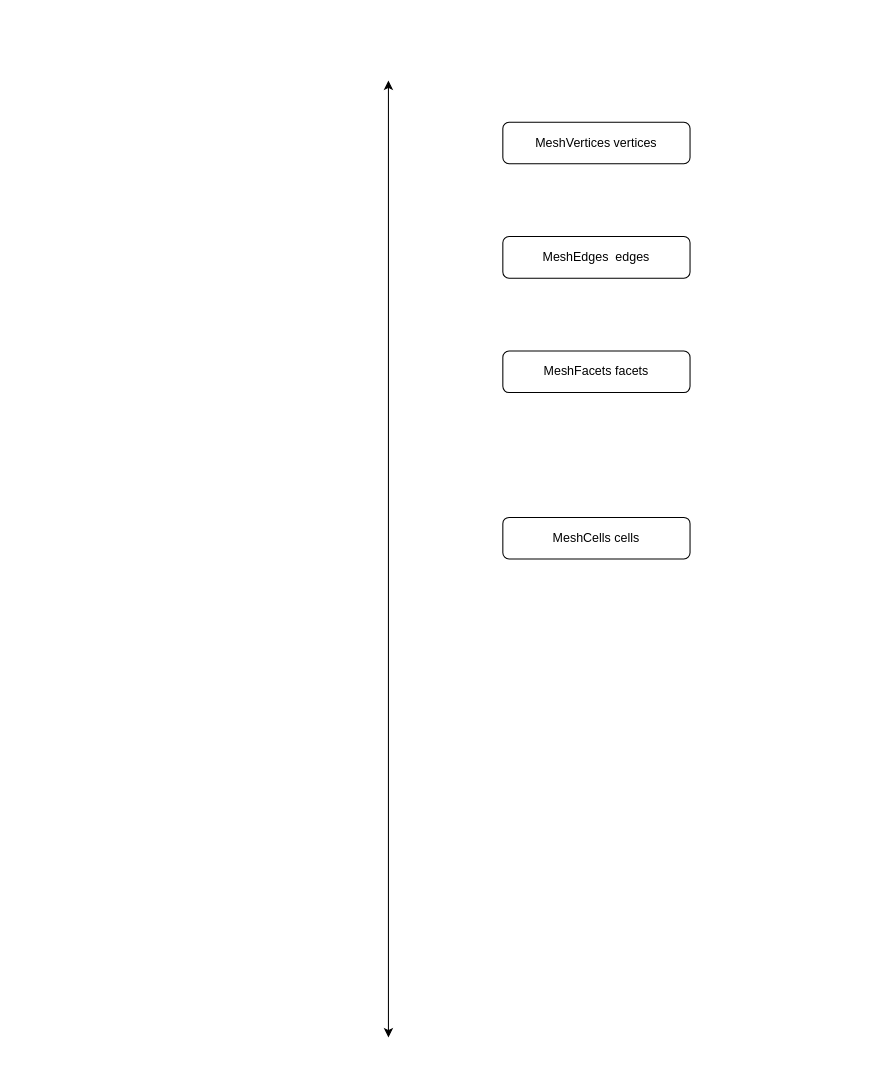
Earlier version of the draw.io diagram gram/mesh.drawio (cedarz/geogram). Source tidied: cells renumbered, new cells numbered last; positions are measured from the earlier drawing's top-left corner, leaving out a move shared by most shapes. Both pictures are drawn from the tidied source at 104%, with x=0, y=0 at pixel (388, 80).
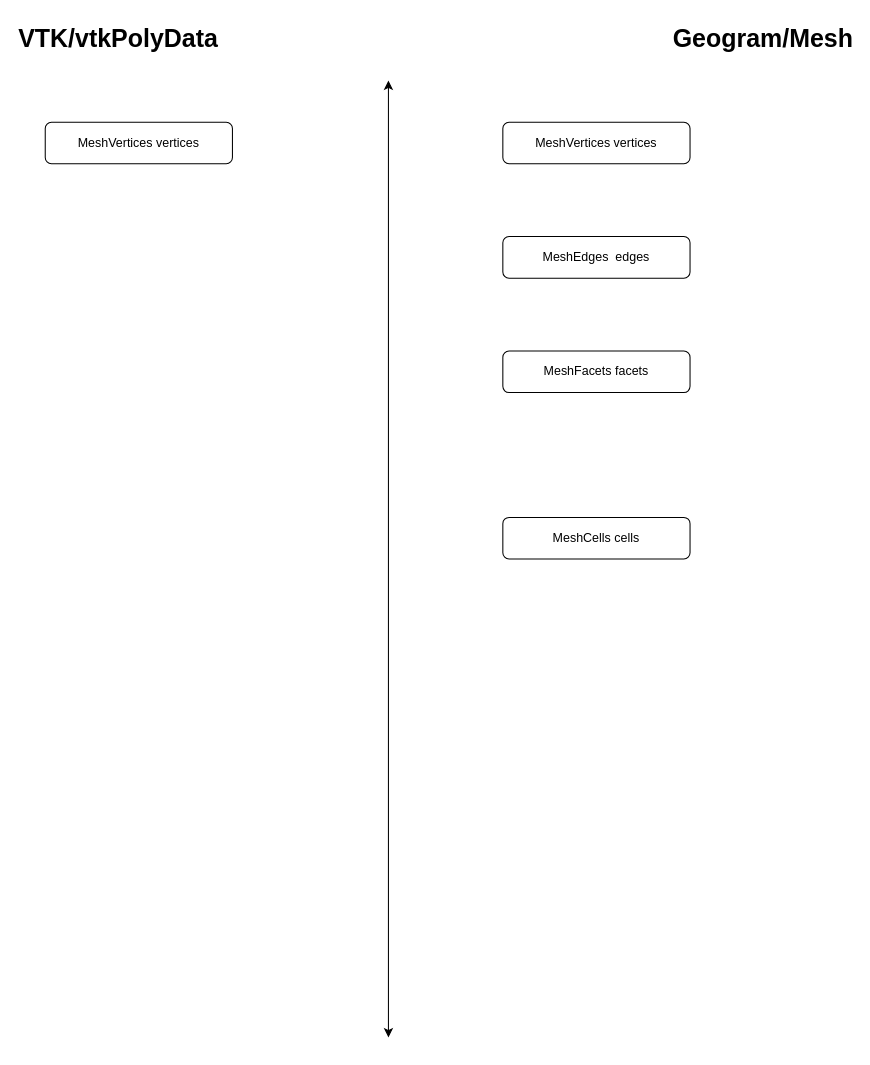
Above is the later version.

Change to the diagram source:
```diff
@@
 <mxGraphModel>
   <root>
     <mxCell id="0" />
     <mxCell id="1" parent="0" />
     <mxCell id="2" style="endArrow=classic;startArrow=classic;html=1;rounded=0;" parent="1" edge="1">
       <mxGeometry relative="1" as="geometry">
         <mxPoint y="920" as="sourcePoint" />
         <mxPoint as="targetPoint" />
       </mxGeometry>
     </mxCell>
     <mxCell id="3" value="MeshVertices&amp;nbsp;vertices" style="rounded=1;whiteSpace=wrap;html=1;fillColor=none;" parent="1" vertex="1">
       <mxGeometry x="110" y="40" width="180" height="40" as="geometry" />
     </mxCell>
     <mxCell id="4" style="edgeStyle=orthogonalEdgeStyle;rounded=0;orthogonalLoop=1;jettySize=auto;html=1;exitX=1;exitY=1;exitDx=0;exitDy=0;entryX=1;entryY=0.75;entryDx=0;entryDy=0;opacity=0;" parent="1" edge="1" source="3" target="3">
       <mxGeometry relative="1" as="geometry" />
     </mxCell>
     <mxCell id="5" value="MeshEdges&amp;nbsp; edges" style="rounded=1;whiteSpace=wrap;html=1;fillColor=none;" parent="1" vertex="1">
       <mxGeometry x="110" y="150" width="180" height="40" as="geometry" />
     </mxCell>
     <mxCell id="6" value="MeshFacets facets" style="rounded=1;whiteSpace=wrap;html=1;fillColor=none;" parent="1" vertex="1">
       <mxGeometry x="110" y="260" width="180" height="40" as="geometry" />
     </mxCell>
     <mxCell id="7" value="MeshCells cells" style="rounded=1;whiteSpace=wrap;html=1;fillColor=none;" parent="1" vertex="1">
       <mxGeometry x="110" y="420" width="180" height="40" as="geometry" />
     </mxCell>
+    <mxCell id="8" value="MeshVertices&amp;nbsp;vertices" style="rounded=1;whiteSpace=wrap;html=1;fillColor=none;" parent="1" vertex="1">
+      <mxGeometry x="-330" y="40" width="180" height="40" as="geometry" />
+    </mxCell>
+    <mxCell id="9" value="Geogram/Mesh" style="text;strokeColor=none;fillColor=none;html=1;fontSize=24;fontStyle=1;verticalAlign=middle;align=center;" parent="1" vertex="1">
+      <mxGeometry x="310" y="-60" width="100" height="40" as="geometry" />
+    </mxCell>
+    <mxCell id="10" value="VTK/vtkPolyData" style="text;strokeColor=none;fillColor=none;html=1;fontSize=24;fontStyle=1;verticalAlign=middle;align=center;" parent="1" vertex="1">
+      <mxGeometry x="-310" y="-60" width="100" height="40" as="geometry" />
+    </mxCell>
   </root>
 </mxGraphModel>
```
